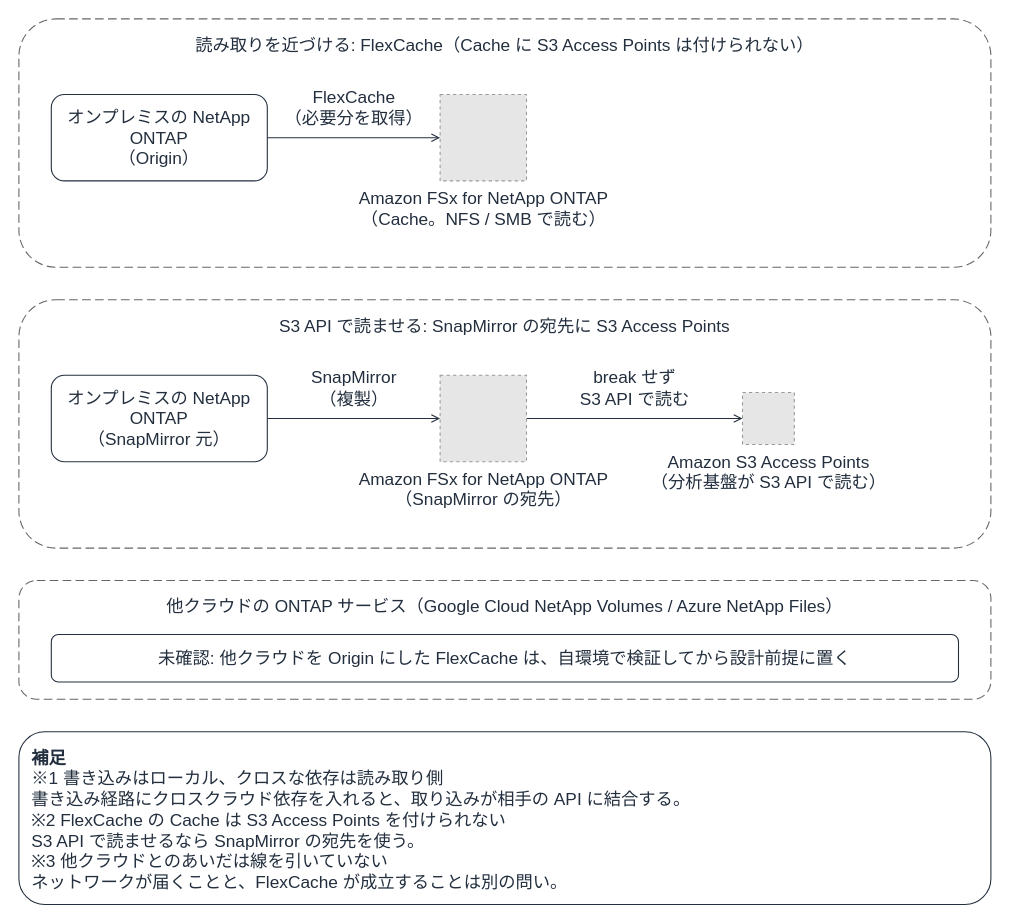
The draw.io diagram docs/_assets/diagrams/ai-hpc-cross-cloud-mobility.drawio in Yoshiki0705/FSx-for-ONTAP-Adoption-Playbook, before the edit. Source tidied: cells renumbered, new cells numbered last; positions are measured from the earlier drawing's top-left corner, leaving out a move shared by most shapes. Both pictures are drawn from the tidied source at 108%, with x=0, y=0 at pixel (18, 18). Pictures stored in the file or linked from it are replaced by grey dashed boxes.
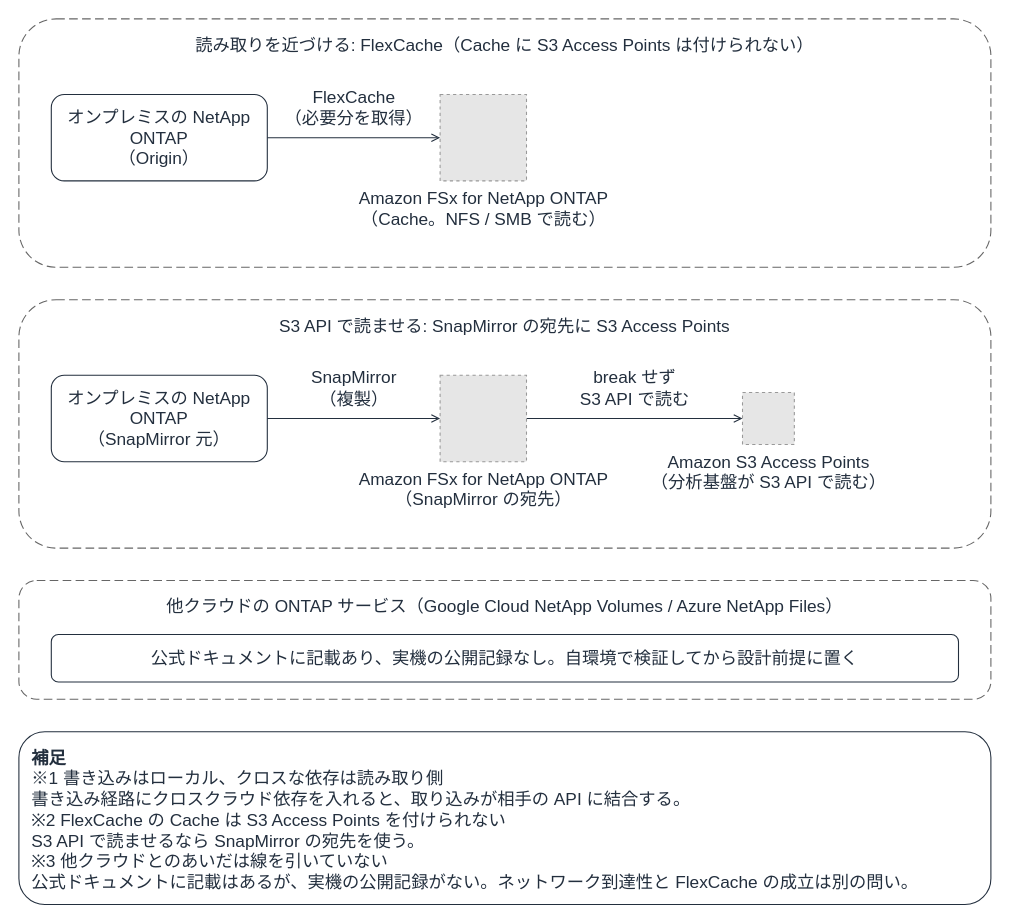
Above is the later version.

Diff of the diagram source:
```diff
@@
 <mxGraphModel background="#FFFFFF">
   <root>
     <mxCell id="0" />
     <mxCell id="1" parent="0" />
     <mxCell id="2" value="FlexCache&lt;br&gt;（必要分を取得）" style="edgeStyle=orthogonalEdgeStyle;rounded=0;html=1;endArrow=open;endFill=0;strokeColor=#232F3E;strokeWidth=1;fontSize=16;fontColor=#232F3E;labelBackgroundColor=#FFFFFF;exitX=1.0;exitY=0.5;exitDx=0;exitDy=0;entryX=0.0;entryY=0.5;entryDx=0;entryDy=0;" parent="1" edge="1" source="8" target="12">
       <mxGeometry relative="1" as="geometry">
         <mxPoint y="-28" as="offset" />
       </mxGeometry>
     </mxCell>
     <mxCell id="3" value="SnapMirror&lt;br&gt;（複製）" style="edgeStyle=orthogonalEdgeStyle;rounded=0;html=1;endArrow=open;endFill=0;strokeColor=#232F3E;strokeWidth=1;fontSize=16;fontColor=#232F3E;labelBackgroundColor=#FFFFFF;exitX=1.0;exitY=0.5;exitDx=0;exitDy=0;entryX=0.0;entryY=0.5;entryDx=0;entryDy=0;" parent="1" edge="1" source="9" target="13">
       <mxGeometry relative="1" as="geometry">
         <mxPoint y="-28" as="offset" />
       </mxGeometry>
     </mxCell>
     <mxCell id="4" value="break せず&lt;br&gt;S3 API で読む" style="edgeStyle=orthogonalEdgeStyle;rounded=0;html=1;endArrow=open;endFill=0;strokeColor=#232F3E;strokeWidth=1;fontSize=16;fontColor=#232F3E;labelBackgroundColor=#FFFFFF;exitX=1.0;exitY=0.5;exitDx=0;exitDy=0;entryX=0.0;entryY=0.5;entryDx=0;entryDy=0;" parent="1" edge="1" source="13" target="14">
       <mxGeometry relative="1" as="geometry">
         <mxPoint y="-28" as="offset" />
       </mxGeometry>
     </mxCell>
     <mxCell id="5" value="読み取りを近づける: FlexCache（Cache に S3 Access Points は付けられない）" style="rounded=1;whiteSpace=wrap;html=1;dashed=1;dashPattern=8 4;strokeColor=#666666;fillColor=none;fontColor=#232F3E;fontSize=16;verticalAlign=top;align=center;spacingTop=8;" parent="1" vertex="1">
       <mxGeometry width="900" height="230" as="geometry" />
     </mxCell>
     <mxCell id="6" value="S3 API で読ませる: SnapMirror の宛先に S3 Access Points" style="rounded=1;whiteSpace=wrap;html=1;dashed=1;dashPattern=8 4;strokeColor=#666666;fillColor=none;fontColor=#232F3E;fontSize=16;verticalAlign=top;align=center;spacingTop=8;" parent="1" vertex="1">
       <mxGeometry y="260" width="900" height="230" as="geometry" />
     </mxCell>
     <mxCell id="7" value="他クラウドの ONTAP サービス（Google Cloud NetApp Volumes / Azure NetApp Files）" style="rounded=1;whiteSpace=wrap;html=1;dashed=1;dashPattern=8 4;strokeColor=#666666;fillColor=none;fontColor=#232F3E;fontSize=16;verticalAlign=top;align=center;spacingTop=8;" parent="1" vertex="1">
       <mxGeometry y="520" width="900" height="110" as="geometry" />
     </mxCell>
     <mxCell id="8" value="オンプレミスの NetApp ONTAP&lt;br&gt;（Origin）" style="rounded=1;whiteSpace=wrap;html=1;strokeColor=#232F3E;fillColor=none;fontColor=#232F3E;fontSize=16;verticalAlign=middle;align=center;" parent="1" vertex="1">
       <mxGeometry x="30" y="70" width="200" height="80" as="geometry" />
     </mxCell>
     <mxCell id="9" value="オンプレミスの NetApp ONTAP&lt;br&gt;（SnapMirror 元）" style="rounded=1;whiteSpace=wrap;html=1;strokeColor=#232F3E;fillColor=none;fontColor=#232F3E;fontSize=16;verticalAlign=middle;align=center;" parent="1" vertex="1">
       <mxGeometry x="30" y="330" width="200" height="80" as="geometry" />
     </mxCell>
-    <mxCell id="10" value="未確認: 他クラウドを Origin にした FlexCache は、自環境で検証してから設計前提に置く" style="rounded=1;whiteSpace=wrap;html=1;strokeColor=#232F3E;fillColor=none;fontColor=#232F3E;fontSize=16;verticalAlign=middle;align=center;" parent="1" vertex="1">
+    <mxCell id="10" value="公式ドキュメントに記載あり、実機の公開記録なし。自環境で検証してから設計前提に置く" style="rounded=1;whiteSpace=wrap;html=1;strokeColor=#232F3E;fillColor=none;fontColor=#232F3E;fontSize=16;verticalAlign=middle;align=center;" parent="1" vertex="1">
       <mxGeometry x="30" y="570" width="840" height="44" as="geometry" />
     </mxCell>
-    <mxCell id="11" value="&lt;b&gt;補足&lt;/b&gt;&lt;br&gt;※1 書き込みはローカル、クロスな依存は読み取り側&lt;br&gt;書き込み経路にクロスクラウド依存を入れると、取り込みが相手の API に結合する。&lt;br&gt;※2 FlexCache の Cache は S3 Access Points を付けられない&lt;br&gt;S3 API で読ませるなら SnapMirror の宛先を使う。&lt;br&gt;※3 他クラウドとのあいだは線を引いていない&lt;br&gt;ネットワークが届くことと、FlexCache が成立することは別の問い。" style="rounded=1;whiteSpace=wrap;html=1;strokeColor=#232F3E;fillColor=none;fontColor=#232F3E;fontSize=16;verticalAlign=top;align=left;spacingLeft=10;spacingRight=10;spacingTop=8;" parent="1" vertex="1">
+    <mxCell id="11" value="&lt;b&gt;補足&lt;/b&gt;&lt;br&gt;※1 書き込みはローカル、クロスな依存は読み取り側&lt;br&gt;書き込み経路にクロスクラウド依存を入れると、取り込みが相手の API に結合する。&lt;br&gt;※2 FlexCache の Cache は S3 Access Points を付けられない&lt;br&gt;S3 API で読ませるなら SnapMirror の宛先を使う。&lt;br&gt;※3 他クラウドとのあいだは線を引いていない&lt;br&gt;公式ドキュメントに記載はあるが、実機の公開記録がない。ネットワーク到達性と FlexCache の成立は別の問い。" style="rounded=1;whiteSpace=wrap;html=1;strokeColor=#232F3E;fillColor=none;fontColor=#232F3E;fontSize=16;verticalAlign=top;align=left;spacingLeft=10;spacingRight=10;spacingTop=8;" parent="1" vertex="1">
       <mxGeometry y="660" width="900" height="160" as="geometry" />
     </mxCell>
     <mxCell id="12" value="Amazon FSx for NetApp ONTAP&lt;br&gt;（Cache。NFS / SMB で読む）" style="fillColor=#E6E6E6;strokeColor=#999999;dashed=1;html=1;verticalLabelPosition=bottom;verticalAlign=top;labelPosition=center;align=center;fontSize=16;fontColor=#232F3E;" parent="1" vertex="1">
       <mxGeometry x="390" y="70" width="80" height="80" as="geometry" />
     </mxCell>
     <mxCell id="13" value="Amazon FSx for NetApp ONTAP&lt;br&gt;（SnapMirror の宛先）" style="fillColor=#E6E6E6;strokeColor=#999999;dashed=1;html=1;verticalLabelPosition=bottom;verticalAlign=top;labelPosition=center;align=center;fontSize=16;fontColor=#232F3E;" parent="1" vertex="1">
       <mxGeometry x="390" y="330" width="80" height="80" as="geometry" />
     </mxCell>
     <mxCell id="14" value="Amazon S3 Access Points&lt;br&gt;（分析基盤が S3 API で読む）" style="fillColor=#E6E6E6;strokeColor=#999999;dashed=1;html=1;verticalLabelPosition=bottom;verticalAlign=top;labelPosition=center;align=center;fontSize=16;fontColor=#232F3E;" parent="1" vertex="1">
       <mxGeometry x="670" y="346" width="48" height="48" as="geometry" />
     </mxCell>
   </root>
 </mxGraphModel>
```
